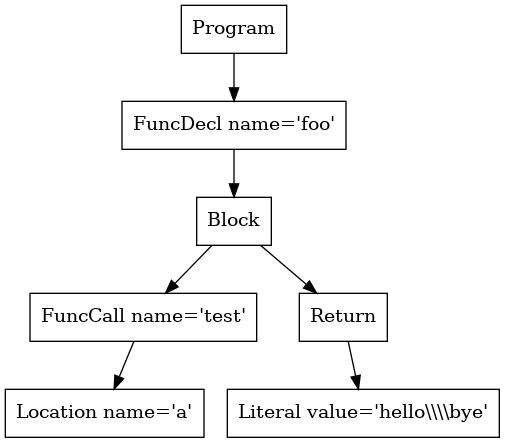
This is tree.png from phamml/p2-parser, a Graphviz export, as it was before one commit. Its source is kept beside it as tree.dot.
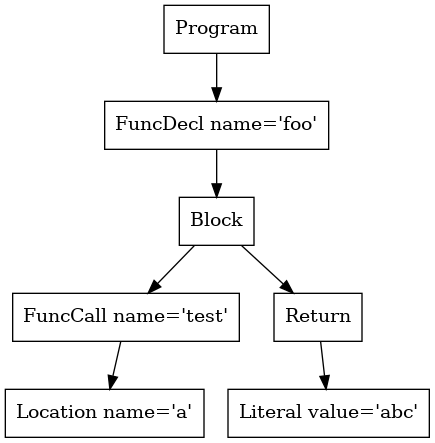
After the commit.

The edit, as a diff of the source:
```diff
@@ -2,7 +2,7 @@
 4 [shape=box, label="Location name='a'"];
 3 [shape=box, label="FuncCall name='test'"];
 3 -> 4;
-6 [shape=box, label="Literal value='hello\\\\\\\\bye'"];
+6 [shape=box, label="Literal value='abc'"];
 5 [shape=box, label="Return"];
 5 -> 6;
 2 [shape=box, label="Block"];
```
